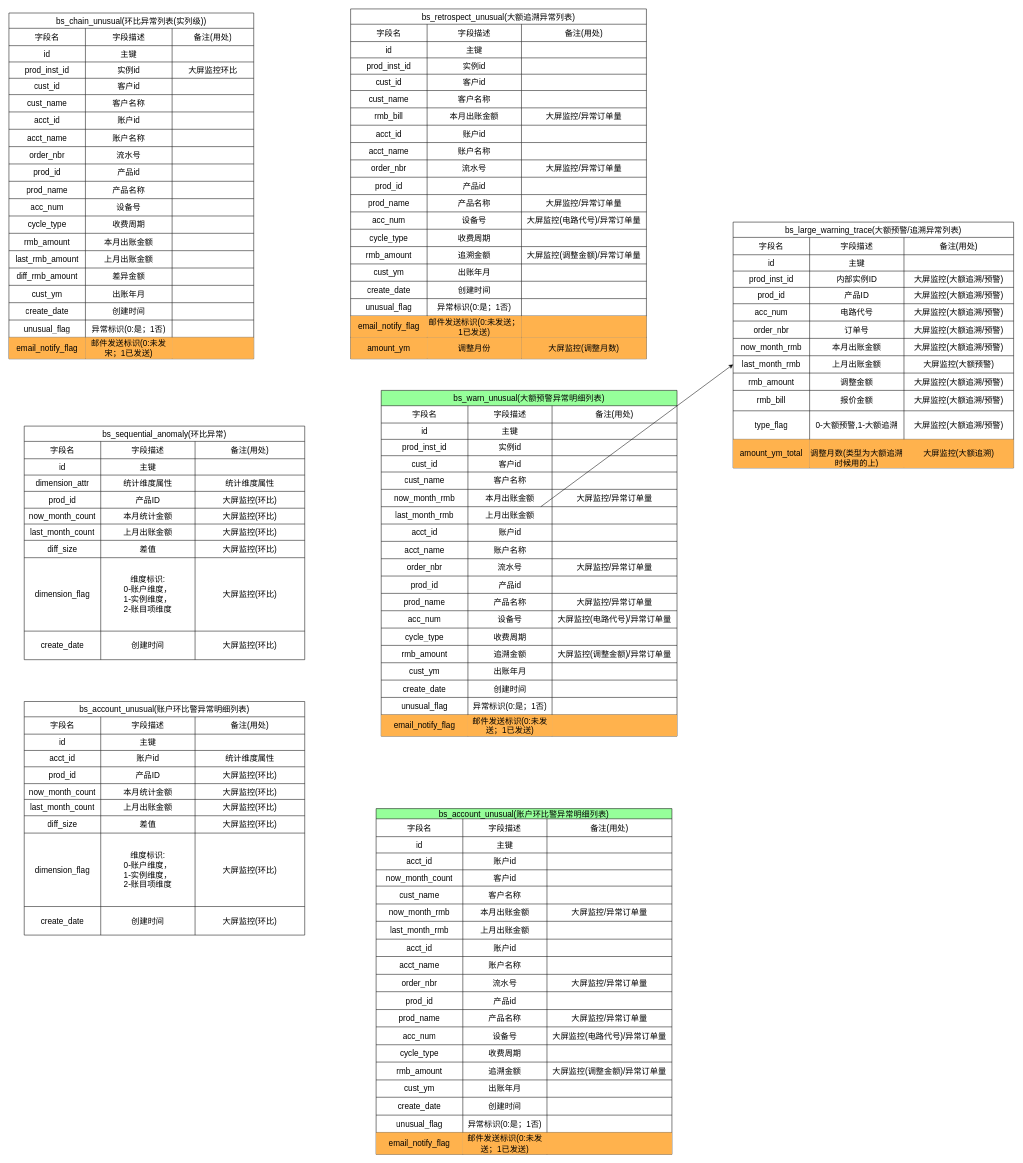
The draw.io diagram 环比异常设计.drawio in kunge2013/draw_view, before the edit. Source tidied: cells renumbered, new cells numbered last; positions are measured from the earlier drawing's top-left corner, leaving out a move shared by most shapes. Both pictures are drawn from the tidied source at 51%, with x=0, y=0 at pixel (9, 9).
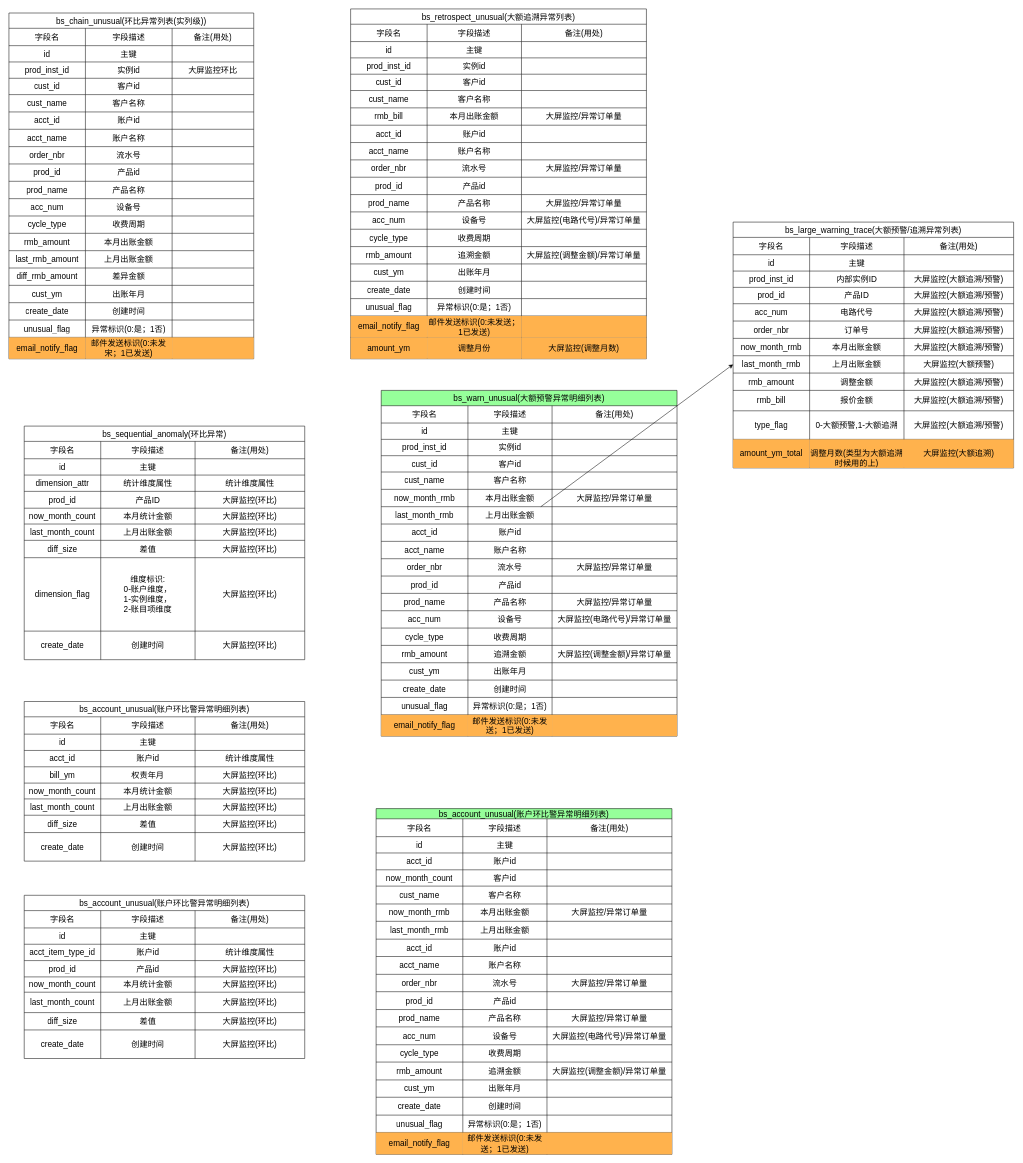
The same page after the edit.

Commit message (it also covers changes not shown here):
更新环比异常设计.drawio

Change to the diagram source:
```diff
@@
     <mxCell id="397" value="bs_account_unusual(账户环比警异常明细列表)" style="shape=table;startSize=30;childLayout=tableLayout;strokeColor=default;fontSize=16;" parent="1" vertex="1">
-      <mxGeometry x="30" y="1358" width="550" height="458" as="geometry" />
+      <mxGeometry x="30" y="1358" width="550" height="313" as="geometry" />
     </mxCell>
@@
     <mxCell id="410" style="shape=tableRow;horizontal=0;startSize=0;swimlaneHead=0;swimlaneBody=0;strokeColor=inherit;top=0;left=0;bottom=0;right=0;fillColor=none;fontSize=16;" parent="397" vertex="1">
-      <mxGeometry y="128" width="550" height="33" as="geometry" />
+      <mxGeometry y="128" width="550" height="32" as="geometry" />
     </mxCell>
-    <mxCell id="411" value="prod_id" style="shape=partialRectangle;html=1;whiteSpace=wrap;strokeColor=inherit;overflow=hidden;fillColor=none;top=0;left=0;bottom=0;right=0;fontSize=16;" parent="410" vertex="1">
-      <mxGeometry width="150" height="33" as="geometry" />
+    <mxCell id="411" value="bill_ym" style="shape=partialRectangle;html=1;whiteSpace=wrap;strokeColor=inherit;overflow=hidden;fillColor=none;top=0;left=0;bottom=0;right=0;fontSize=16;" parent="410" vertex="1">
+      <mxGeometry width="150" height="32" as="geometry" />
     </mxCell>
-    <mxCell id="412" value="产品ID" style="shape=partialRectangle;html=1;whiteSpace=wrap;strokeColor=inherit;overflow=hidden;fillColor=none;top=0;left=0;bottom=0;right=0;fontSize=16;" parent="410" vertex="1">
-      <mxGeometry x="150" width="185" height="33" as="geometry" />
+    <mxCell id="412" value="权责年月" style="shape=partialRectangle;html=1;whiteSpace=wrap;strokeColor=inherit;overflow=hidden;fillColor=none;top=0;left=0;bottom=0;right=0;fontSize=16;" parent="410" vertex="1">
+      <mxGeometry x="150" width="185" height="32" as="geometry" />
     </mxCell>
     <mxCell id="413" value="大屏监控(环比)" style="shape=partialRectangle;html=1;whiteSpace=wrap;strokeColor=inherit;overflow=hidden;fillColor=none;top=0;left=0;bottom=0;right=0;fontSize=16;" parent="410" vertex="1">
-      <mxGeometry x="335" width="215" height="33" as="geometry" />
+      <mxGeometry x="335" width="215" height="32" as="geometry" />
     </mxCell>
     <mxCell id="414" style="shape=tableRow;horizontal=0;startSize=0;swimlaneHead=0;swimlaneBody=0;strokeColor=inherit;top=0;left=0;bottom=0;right=0;fillColor=none;fontSize=16;" parent="397" vertex="1">
-      <mxGeometry y="161" width="550" height="31" as="geometry" />
+      <mxGeometry y="160" width="550" height="31" as="geometry" />
     </mxCell>
@@
     <mxCell id="418" style="shape=tableRow;horizontal=0;startSize=0;swimlaneHead=0;swimlaneBody=0;strokeColor=inherit;top=0;left=0;bottom=0;right=0;fillColor=none;fontSize=16;" parent="397" vertex="1">
-      <mxGeometry y="192" width="550" height="32" as="geometry" />
+      <mxGeometry y="191" width="550" height="32" as="geometry" />
     </mxCell>
@@
     <mxCell id="422" style="shape=tableRow;horizontal=0;startSize=0;swimlaneHead=0;swimlaneBody=0;strokeColor=inherit;top=0;left=0;bottom=0;right=0;fillColor=none;fontSize=16;" parent="397" vertex="1">
-      <mxGeometry y="224" width="550" height="34" as="geometry" />
+      <mxGeometry y="223" width="550" height="34" as="geometry" />
     </mxCell>
@@
-    <mxCell id="426" style="shape=tableRow;horizontal=0;startSize=0;swimlaneHead=0;swimlaneBody=0;strokeColor=inherit;top=0;left=0;bottom=0;right=0;fillColor=none;fontSize=16;" parent="397" vertex="1">
-      <mxGeometry y="258" width="550" height="144" as="geometry" />
-    </mxCell>
-    <mxCell id="427" value="dimension_flag" style="shape=partialRectangle;html=1;whiteSpace=wrap;strokeColor=inherit;overflow=hidden;fillColor=none;top=0;left=0;bottom=0;right=0;fontSize=16;" parent="426" vertex="1">
-      <mxGeometry width="150" height="144" as="geometry" />
-    </mxCell>
-    <mxCell id="428" value="维度标识: &lt;br&gt;0-账户维度，&lt;br&gt;1-实例维度，&lt;br&gt;2-账目项维度" style="shape=partialRectangle;html=1;whiteSpace=wrap;strokeColor=inherit;overflow=hidden;fillColor=none;top=0;left=0;bottom=0;right=0;fontSize=16;" parent="426" vertex="1">
-      <mxGeometry x="150" width="185" height="144" as="geometry" />
-    </mxCell>
-    <mxCell id="429" value="大屏监控(环比)" style="shape=partialRectangle;html=1;whiteSpace=wrap;strokeColor=inherit;overflow=hidden;fillColor=none;top=0;left=0;bottom=0;right=0;fontSize=16;" parent="426" vertex="1">
-      <mxGeometry x="335" width="215" height="144" as="geometry" />
-    </mxCell>
     <mxCell id="430" style="shape=tableRow;horizontal=0;startSize=0;swimlaneHead=0;swimlaneBody=0;strokeColor=inherit;top=0;left=0;bottom=0;right=0;fillColor=none;fontSize=16;" parent="397" vertex="1">
-      <mxGeometry y="402" width="550" height="56" as="geometry" />
+      <mxGeometry y="257" width="550" height="56" as="geometry" />
     </mxCell>
@@
+    <mxCell id="434" value="bs_account_unusual(账户环比警异常明细列表)" style="shape=table;startSize=30;childLayout=tableLayout;strokeColor=default;fontSize=16;" parent="1" vertex="1">
+      <mxGeometry x="30" y="1738" width="550" height="320" as="geometry" />
+    </mxCell>
+    <mxCell id="435" style="shape=tableRow;horizontal=0;startSize=0;swimlaneHead=0;swimlaneBody=0;strokeColor=inherit;top=0;left=0;bottom=0;right=0;fillColor=none;fontSize=16;" parent="434" vertex="1">
+      <mxGeometry y="30" width="550" height="34" as="geometry" />
+    </mxCell>
+    <mxCell id="436" value="字段名" style="shape=partialRectangle;html=1;whiteSpace=wrap;strokeColor=inherit;overflow=hidden;fillColor=none;top=0;left=0;bottom=0;right=0;fontSize=16;align=center;" parent="435" vertex="1">
+      <mxGeometry width="150" height="34" as="geometry" />
+    </mxCell>
+    <mxCell id="437" value="字段描述" style="shape=partialRectangle;html=1;whiteSpace=wrap;strokeColor=inherit;overflow=hidden;fillColor=none;top=0;left=0;bottom=0;right=0;fontSize=16;" parent="435" vertex="1">
+      <mxGeometry x="150" width="185" height="34" as="geometry" />
+    </mxCell>
+    <mxCell id="438" value="&lt;span style=&quot;color: rgb(0, 0, 0); font-family: Helvetica; font-size: 16px; font-style: normal; font-variant-ligatures: normal; font-variant-caps: normal; font-weight: 400; letter-spacing: normal; orphans: 2; text-align: center; text-indent: 0px; text-transform: none; widows: 2; word-spacing: 0px; -webkit-text-stroke-width: 0px; background-color: rgb(251, 251, 251); text-decoration-thickness: initial; text-decoration-style: initial; text-decoration-color: initial; float: none; display: inline !important;&quot;&gt;备注(用处)&lt;/span&gt;" style="shape=partialRectangle;html=1;whiteSpace=wrap;strokeColor=inherit;overflow=hidden;fillColor=none;top=0;left=0;bottom=0;right=0;fontSize=16;" parent="435" vertex="1">
+      <mxGeometry x="335" width="215" height="34" as="geometry" />
+    </mxCell>
+    <mxCell id="439" style="shape=tableRow;horizontal=0;startSize=0;swimlaneHead=0;swimlaneBody=0;strokeColor=inherit;top=0;left=0;bottom=0;right=0;fillColor=none;fontSize=16;" parent="434" vertex="1">
+      <mxGeometry y="64" width="550" height="32" as="geometry" />
+    </mxCell>
+    <mxCell id="440" value="id" style="shape=partialRectangle;html=1;whiteSpace=wrap;strokeColor=inherit;overflow=hidden;fillColor=none;top=0;left=0;bottom=0;right=0;fontSize=16;" parent="439" vertex="1">
+      <mxGeometry width="150" height="32" as="geometry" />
+    </mxCell>
+    <mxCell id="441" value="主键" style="shape=partialRectangle;html=1;whiteSpace=wrap;strokeColor=inherit;overflow=hidden;fillColor=none;top=0;left=0;bottom=0;right=0;fontSize=16;" parent="439" vertex="1">
+      <mxGeometry x="150" width="185" height="32" as="geometry" />
+    </mxCell>
+    <mxCell id="442" style="shape=partialRectangle;html=1;whiteSpace=wrap;strokeColor=inherit;overflow=hidden;fillColor=none;top=0;left=0;bottom=0;right=0;fontSize=16;" parent="439" vertex="1">
+      <mxGeometry x="335" width="215" height="32" as="geometry" />
+    </mxCell>
+    <mxCell id="443" style="shape=tableRow;horizontal=0;startSize=0;swimlaneHead=0;swimlaneBody=0;strokeColor=inherit;top=0;left=0;bottom=0;right=0;fillColor=none;fontSize=16;" parent="434" vertex="1">
+      <mxGeometry y="96" width="550" height="32" as="geometry" />
+    </mxCell>
+    <mxCell id="444" value="acct_item_type_id" style="shape=partialRectangle;html=1;whiteSpace=wrap;strokeColor=inherit;overflow=hidden;fillColor=none;top=0;left=0;bottom=0;right=0;fontSize=16;" parent="443" vertex="1">
+      <mxGeometry width="150" height="32" as="geometry" />
+    </mxCell>
+    <mxCell id="445" value="账户id" style="shape=partialRectangle;html=1;whiteSpace=wrap;strokeColor=inherit;overflow=hidden;fillColor=none;top=0;left=0;bottom=0;right=0;fontSize=16;" parent="443" vertex="1">
+      <mxGeometry x="150" width="185" height="32" as="geometry" />
+    </mxCell>
+    <mxCell id="446" value="统计维度属性" style="shape=partialRectangle;html=1;whiteSpace=wrap;strokeColor=inherit;overflow=hidden;fillColor=none;top=0;left=0;bottom=0;right=0;fontSize=16;" parent="443" vertex="1">
+      <mxGeometry x="335" width="215" height="32" as="geometry" />
+    </mxCell>
+    <mxCell id="447" style="shape=tableRow;horizontal=0;startSize=0;swimlaneHead=0;swimlaneBody=0;strokeColor=inherit;top=0;left=0;bottom=0;right=0;fillColor=none;fontSize=16;" parent="434" vertex="1">
+      <mxGeometry y="128" width="550" height="32" as="geometry" />
+    </mxCell>
+    <mxCell id="448" value="prod_id" style="shape=partialRectangle;html=1;whiteSpace=wrap;strokeColor=inherit;overflow=hidden;fillColor=none;top=0;left=0;bottom=0;right=0;fontSize=16;" parent="447" vertex="1">
+      <mxGeometry width="150" height="32" as="geometry" />
+    </mxCell>
+    <mxCell id="449" value="产品id" style="shape=partialRectangle;html=1;whiteSpace=wrap;strokeColor=inherit;overflow=hidden;fillColor=none;top=0;left=0;bottom=0;right=0;fontSize=16;" parent="447" vertex="1">
+      <mxGeometry x="150" width="185" height="32" as="geometry" />
+    </mxCell>
+    <mxCell id="450" value="大屏监控(环比)" style="shape=partialRectangle;html=1;whiteSpace=wrap;strokeColor=inherit;overflow=hidden;fillColor=none;top=0;left=0;bottom=0;right=0;fontSize=16;" parent="447" vertex="1">
+      <mxGeometry x="335" width="215" height="32" as="geometry" />
+    </mxCell>
+    <mxCell id="451" style="shape=tableRow;horizontal=0;startSize=0;swimlaneHead=0;swimlaneBody=0;strokeColor=inherit;top=0;left=0;bottom=0;right=0;fillColor=none;fontSize=16;" parent="434" vertex="1">
+      <mxGeometry y="160" width="550" height="30" as="geometry" />
+    </mxCell>
+    <mxCell id="452" value="now_month_count" style="shape=partialRectangle;html=1;whiteSpace=wrap;strokeColor=inherit;overflow=hidden;fillColor=none;top=0;left=0;bottom=0;right=0;fontSize=16;" parent="451" vertex="1">
+      <mxGeometry width="150" height="30" as="geometry" />
+    </mxCell>
+    <mxCell id="453" value="本月统计金额" style="shape=partialRectangle;html=1;whiteSpace=wrap;strokeColor=inherit;overflow=hidden;fillColor=none;top=0;left=0;bottom=0;right=0;fontSize=16;" parent="451" vertex="1">
+      <mxGeometry x="150" width="185" height="30" as="geometry" />
+    </mxCell>
+    <mxCell id="454" value="大屏监控(环比)" style="shape=partialRectangle;html=1;whiteSpace=wrap;strokeColor=inherit;overflow=hidden;fillColor=none;top=0;left=0;bottom=0;right=0;fontSize=16;" parent="451" vertex="1">
+      <mxGeometry x="335" width="215" height="30" as="geometry" />
+    </mxCell>
+    <mxCell id="455" style="shape=tableRow;horizontal=0;startSize=0;swimlaneHead=0;swimlaneBody=0;strokeColor=inherit;top=0;left=0;bottom=0;right=0;fillColor=none;fontSize=16;" parent="434" vertex="1">
+      <mxGeometry y="190" width="550" height="40" as="geometry" />
+    </mxCell>
+    <mxCell id="456" value="last_month_count" style="shape=partialRectangle;html=1;whiteSpace=wrap;strokeColor=inherit;overflow=hidden;fillColor=none;top=0;left=0;bottom=0;right=0;fontSize=16;" parent="455" vertex="1">
+      <mxGeometry width="150" height="40" as="geometry" />
+    </mxCell>
+    <mxCell id="457" value="上月出账金额" style="shape=partialRectangle;html=1;whiteSpace=wrap;strokeColor=inherit;overflow=hidden;fillColor=none;top=0;left=0;bottom=0;right=0;fontSize=16;" parent="455" vertex="1">
+      <mxGeometry x="150" width="185" height="40" as="geometry" />
+    </mxCell>
+    <mxCell id="458" value="大屏监控(环比)" style="shape=partialRectangle;html=1;whiteSpace=wrap;strokeColor=inherit;overflow=hidden;fillColor=none;top=0;left=0;bottom=0;right=0;fontSize=16;" parent="455" vertex="1">
+      <mxGeometry x="335" width="215" height="40" as="geometry" />
+    </mxCell>
+    <mxCell id="459" style="shape=tableRow;horizontal=0;startSize=0;swimlaneHead=0;swimlaneBody=0;strokeColor=inherit;top=0;left=0;bottom=0;right=0;fillColor=none;fontSize=16;" parent="434" vertex="1">
+      <mxGeometry y="230" width="550" height="34" as="geometry" />
+    </mxCell>
+    <mxCell id="460" value="diff_size" style="shape=partialRectangle;html=1;whiteSpace=wrap;strokeColor=inherit;overflow=hidden;fillColor=none;top=0;left=0;bottom=0;right=0;fontSize=16;" parent="459" vertex="1">
+      <mxGeometry width="150" height="34" as="geometry" />
+    </mxCell>
+    <mxCell id="461" value="差值" style="shape=partialRectangle;html=1;whiteSpace=wrap;strokeColor=inherit;overflow=hidden;fillColor=none;top=0;left=0;bottom=0;right=0;fontSize=16;" parent="459" vertex="1">
+      <mxGeometry x="150" width="185" height="34" as="geometry" />
+    </mxCell>
+    <mxCell id="462" value="大屏监控(环比)" style="shape=partialRectangle;html=1;whiteSpace=wrap;strokeColor=inherit;overflow=hidden;fillColor=none;top=0;left=0;bottom=0;right=0;fontSize=16;" parent="459" vertex="1">
+      <mxGeometry x="335" width="215" height="34" as="geometry" />
+    </mxCell>
+    <mxCell id="463" style="shape=tableRow;horizontal=0;startSize=0;swimlaneHead=0;swimlaneBody=0;strokeColor=inherit;top=0;left=0;bottom=0;right=0;fillColor=none;fontSize=16;" parent="434" vertex="1">
+      <mxGeometry y="264" width="550" height="56" as="geometry" />
+    </mxCell>
+    <mxCell id="464" value="create_date" style="shape=partialRectangle;html=1;whiteSpace=wrap;strokeColor=inherit;overflow=hidden;fillColor=none;top=0;left=0;bottom=0;right=0;fontSize=16;" parent="463" vertex="1">
+      <mxGeometry width="150" height="56" as="geometry" />
+    </mxCell>
+    <mxCell id="465" value="创建时间" style="shape=partialRectangle;html=1;whiteSpace=wrap;strokeColor=inherit;overflow=hidden;fillColor=none;top=0;left=0;bottom=0;right=0;fontSize=16;" parent="463" vertex="1">
+      <mxGeometry x="150" width="185" height="56" as="geometry" />
+    </mxCell>
+    <mxCell id="466" value="大屏监控(环比)" style="shape=partialRectangle;html=1;whiteSpace=wrap;strokeColor=inherit;overflow=hidden;fillColor=none;top=0;left=0;bottom=0;right=0;fontSize=16;" parent="463" vertex="1">
+      <mxGeometry x="335" width="215" height="56" as="geometry" />
+    </mxCell>
```
